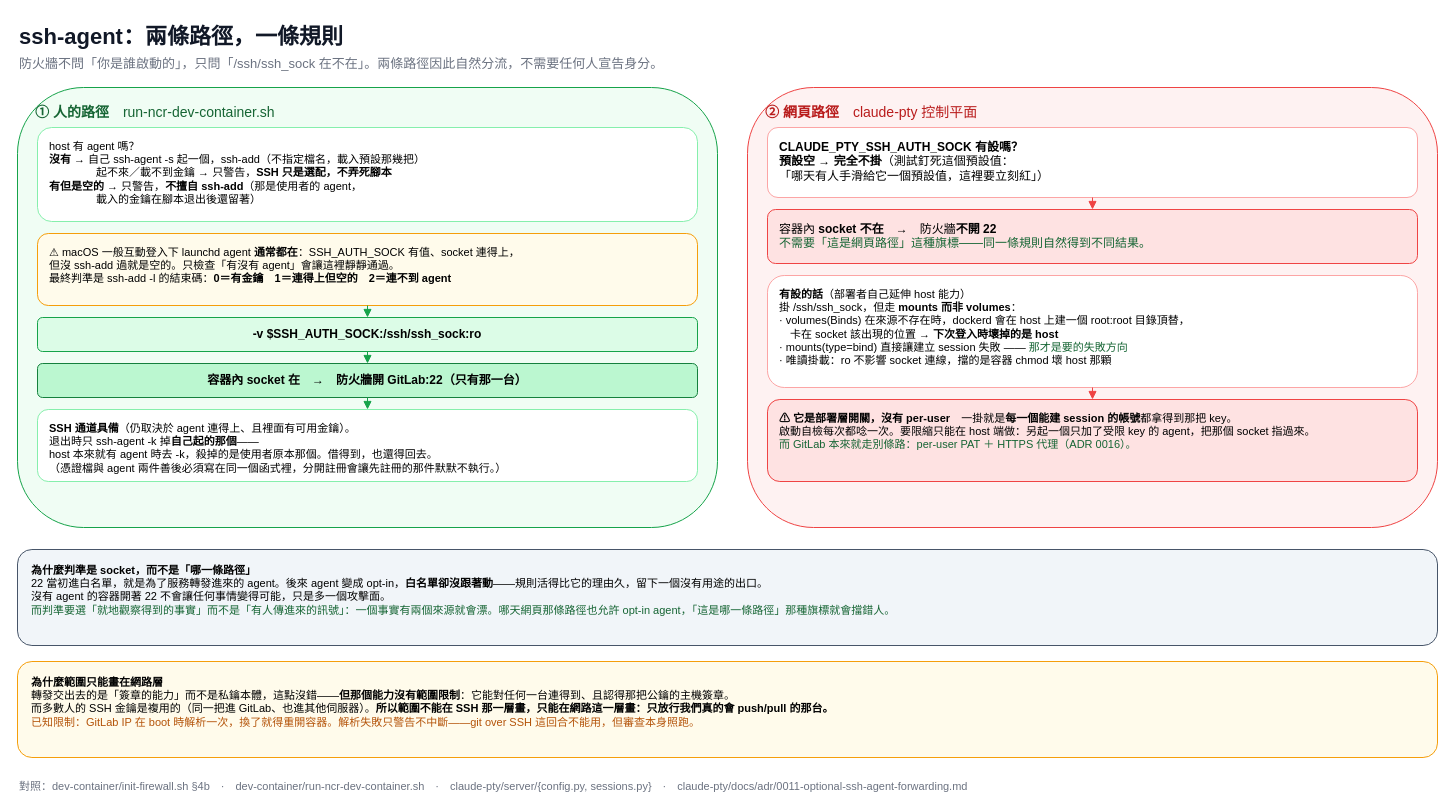
Before: page "2. ssh-agent：兩條路徑，一條規則" (2 of 3) of docs/dev-container.drawio in nathanfhh/30-days-ironman, a draw.io diagram. Source tidied: cells renumbered, new cells numbered last; positions are measured from the earlier drawing's top-left corner, leaving out a move shared by most shapes. Both pictures are drawn from the tidied source at 100%, with x=0, y=0 at pixel (17, 17).
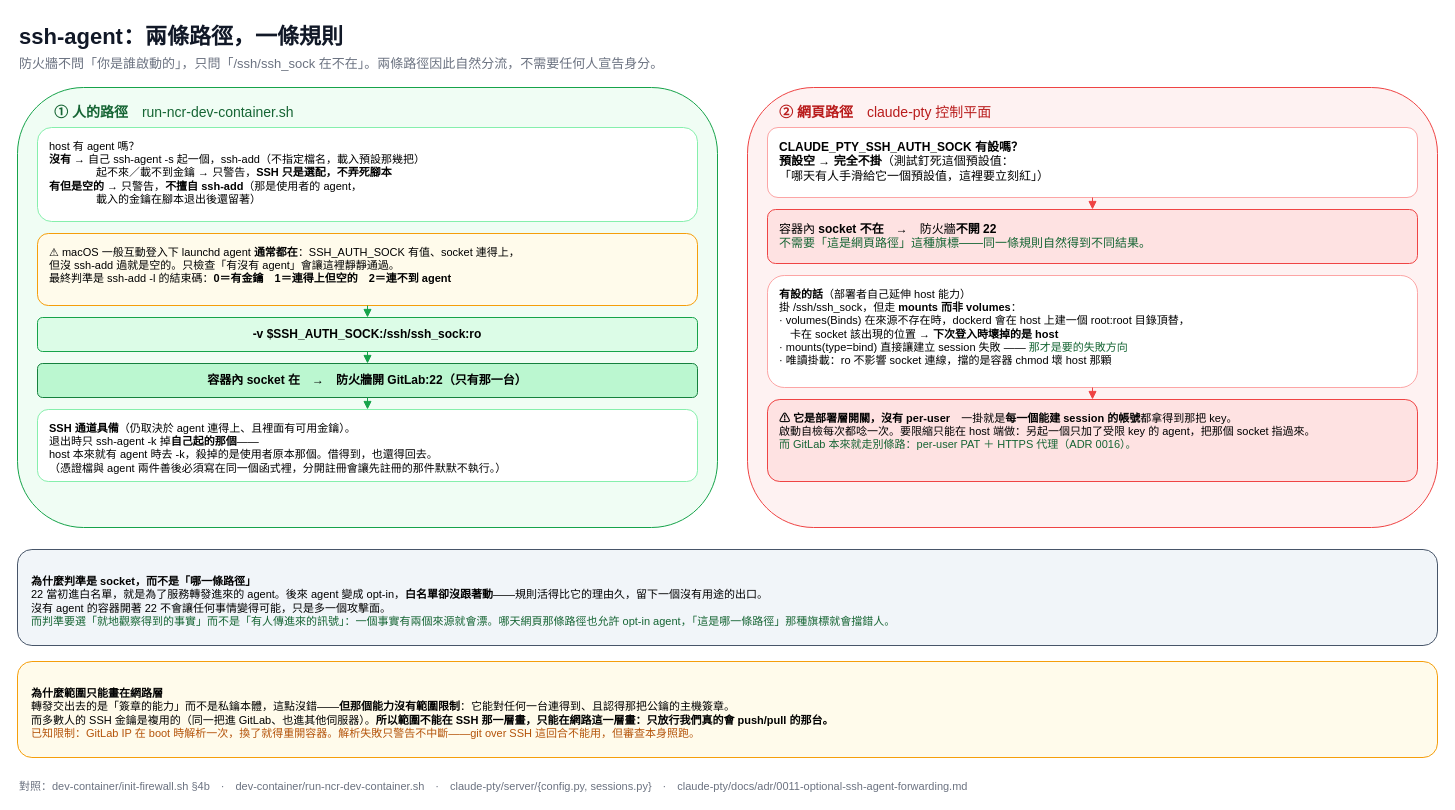
After the change.

What changed in the source:
```diff
@@
     <mxCell id="5" value="&lt;b&gt;① 人的路徑&lt;/b&gt;　run-ncr-dev-container.sh" style="text;html=1;fontSize=14;align=left;fontColor=#166534;" parent="1" vertex="1">
-      <mxGeometry x="16" y="80" width="600" height="22" as="geometry" />
+      <mxGeometry x="35" y="80" width="600" height="22" as="geometry" />
     </mxCell>
@@
     <mxCell id="15" value="&lt;b&gt;② 網頁路徑&lt;/b&gt;　claude-pty 控制平面" style="text;html=1;fontSize=14;align=left;fontColor=#b91c1c;" parent="1" vertex="1">
-      <mxGeometry x="746" y="80" width="600" height="22" as="geometry" />
+      <mxGeometry x="760" y="80" width="600" height="22" as="geometry" />
     </mxCell>
@@
-    <mxCell id="22" value="&lt;b&gt;為什麼判準是 socket，而不是「哪一條路徑」&lt;/b&gt;&#10;22 當初進白名單，就是為了服務轉發進來的 agent。後來 agent 變成 opt-in，&lt;b&gt;白名單卻沒跟著動&lt;/b&gt;——規則活得比它的理由久，留下一個沒有用途的出口。&#10;沒有 agent 的容器開著 22 不會讓任何事情變得可能，只是多一個攻擊面。&#10;&lt;font color=&quot;#166534&quot;&gt;而判準要選「就地觀察得到的事實」而不是「有人傳進來的訊號」：一個事實有兩個來源就會漂。哪天網頁那條路徑也允許 opt-in agent，「這是哪一條路徑」那種旗標就會擋錯人。&lt;/font&gt;" style="rounded=1;whiteSpace=wrap;html=1;fillColor=#f1f5f9;strokeColor=#475569;fontSize=11;align=left;spacingLeft=12;verticalAlign=top;spacingTop=8;" parent="1" vertex="1">
+    <mxCell id="22" value="&lt;b&gt;為什麼判準是 socket，而不是「哪一條路徑」&lt;/b&gt;&#10;22 當初進白名單，就是為了服務轉發進來的 agent。後來 agent 變成 opt-in，&lt;b&gt;白名單卻沒跟著動&lt;/b&gt;——規則活得比它的理由久，留下一個沒有用途的出口。&#10;沒有 agent 的容器開著 22 不會讓任何事情變得可能，只是多一個攻擊面。&#10;&lt;font color=&quot;#166534&quot;&gt;而判準要選「就地觀察得到的事實」而不是「有人傳進來的訊號」：一個事實有兩個來源就會漂。哪天網頁那條路徑也允許 opt-in agent，「這是哪一條路徑」那種旗標就會擋錯人。&lt;/font&gt;" style="rounded=1;whiteSpace=wrap;html=1;fillColor=#f1f5f9;strokeColor=#475569;fontSize=11;align=left;spacingLeft=12;verticalAlign=middle;spacingTop=8;" parent="1" vertex="1">
       <mxGeometry y="532" width="1420" height="96" as="geometry" />
     </mxCell>
-    <mxCell id="23" value="&lt;b&gt;為什麼範圍只能畫在網路層&lt;/b&gt;&#10;轉發交出去的是「簽章的能力」而不是私鑰本體，這點沒錯——&lt;b&gt;但那個能力沒有範圍限制&lt;/b&gt;：它能對任何一台連得到、且認得那把公鑰的主機簽章。&#10;而多數人的 SSH 金鑰是複用的（同一把進 GitLab、也進其他伺服器）。&lt;b&gt;所以範圍不能在 SSH 那一層畫，只能在網路這一層畫：只放行我們真的會 push/pull 的那台。&lt;/b&gt;&#10;&lt;font color=&quot;#b45309&quot;&gt;已知限制：GitLab IP 在 boot 時解析一次，換了就得重開容器。解析失敗只警告不中斷——git over SSH 這回合不能用，但審查本身照跑。&lt;/font&gt;" style="rounded=1;whiteSpace=wrap;html=1;fillColor=#fffbeb;strokeColor=#f59e0b;fontSize=11;align=left;spacingLeft=12;verticalAlign=top;spacingTop=8;" parent="1" vertex="1">
+    <mxCell id="23" value="&lt;b&gt;為什麼範圍只能畫在網路層&lt;/b&gt;&#10;轉發交出去的是「簽章的能力」而不是私鑰本體，這點沒錯——&lt;b&gt;但那個能力沒有範圍限制&lt;/b&gt;：它能對任何一台連得到、且認得那把公鑰的主機簽章。&#10;而多數人的 SSH 金鑰是複用的（同一把進 GitLab、也進其他伺服器）。&lt;b&gt;所以範圍不能在 SSH 那一層畫，只能在網路這一層畫：只放行我們真的會 push/pull 的那台。&lt;/b&gt;&#10;&lt;font color=&quot;#b45309&quot;&gt;已知限制：GitLab IP 在 boot 時解析一次，換了就得重開容器。解析失敗只警告不中斷——git over SSH 這回合不能用，但審查本身照跑。&lt;/font&gt;" style="rounded=1;whiteSpace=wrap;html=1;fillColor=#fffbeb;strokeColor=#f59e0b;fontSize=11;align=left;spacingLeft=12;verticalAlign=middle;spacingTop=8;" parent="1" vertex="1">
       <mxGeometry y="644" width="1420" height="96" as="geometry" />
     </mxCell>
```
